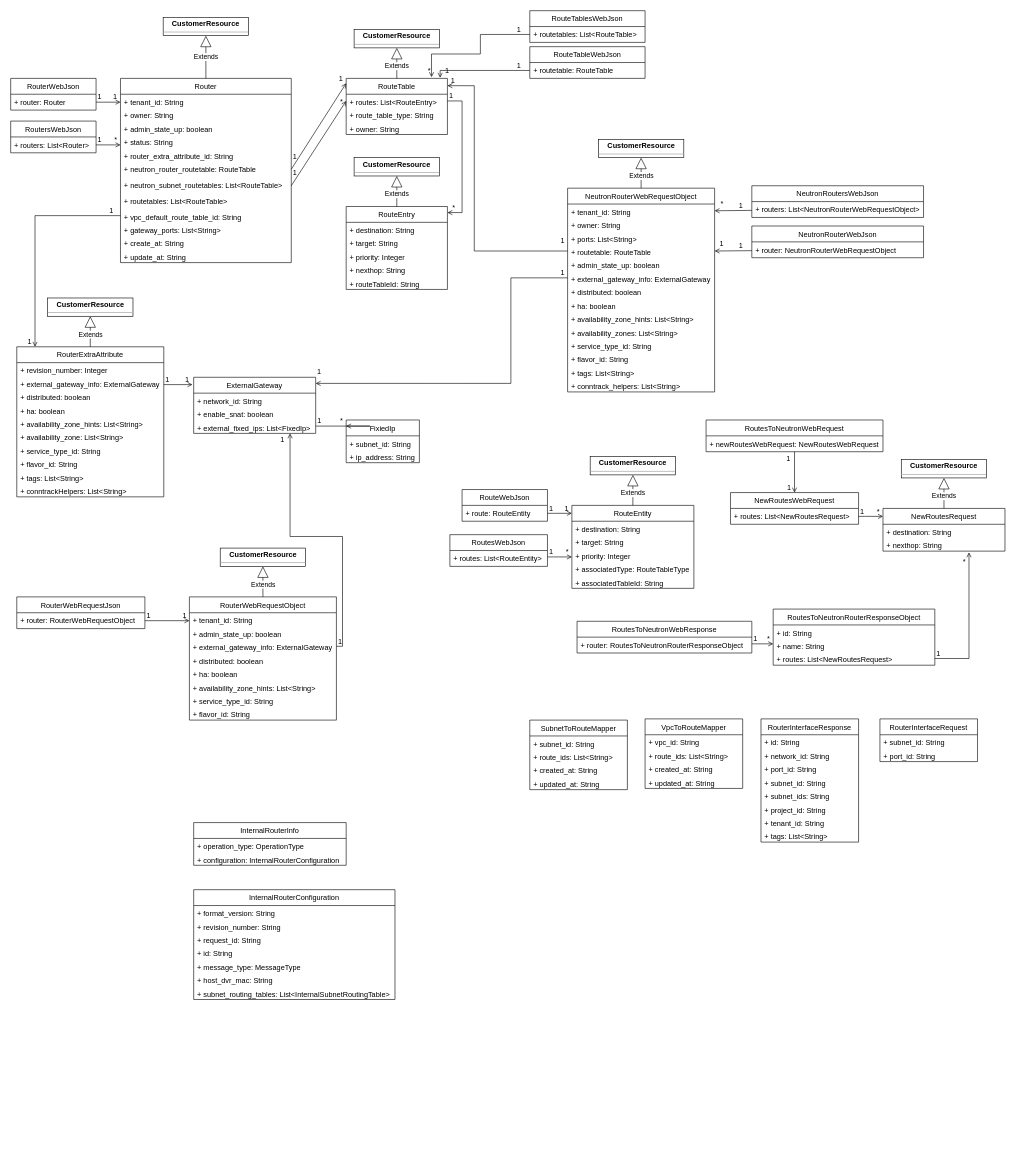
Above: route.drawio in cj-chung/diagrams (draw.io), before the change. Source tidied: cells renumbered, new cells numbered last; positions are measured from the earlier drawing's top-left corner, leaving out a move shared by most shapes. Both pictures are drawn from the tidied source at 61%, with x=0, y=0 at pixel (10, 10).
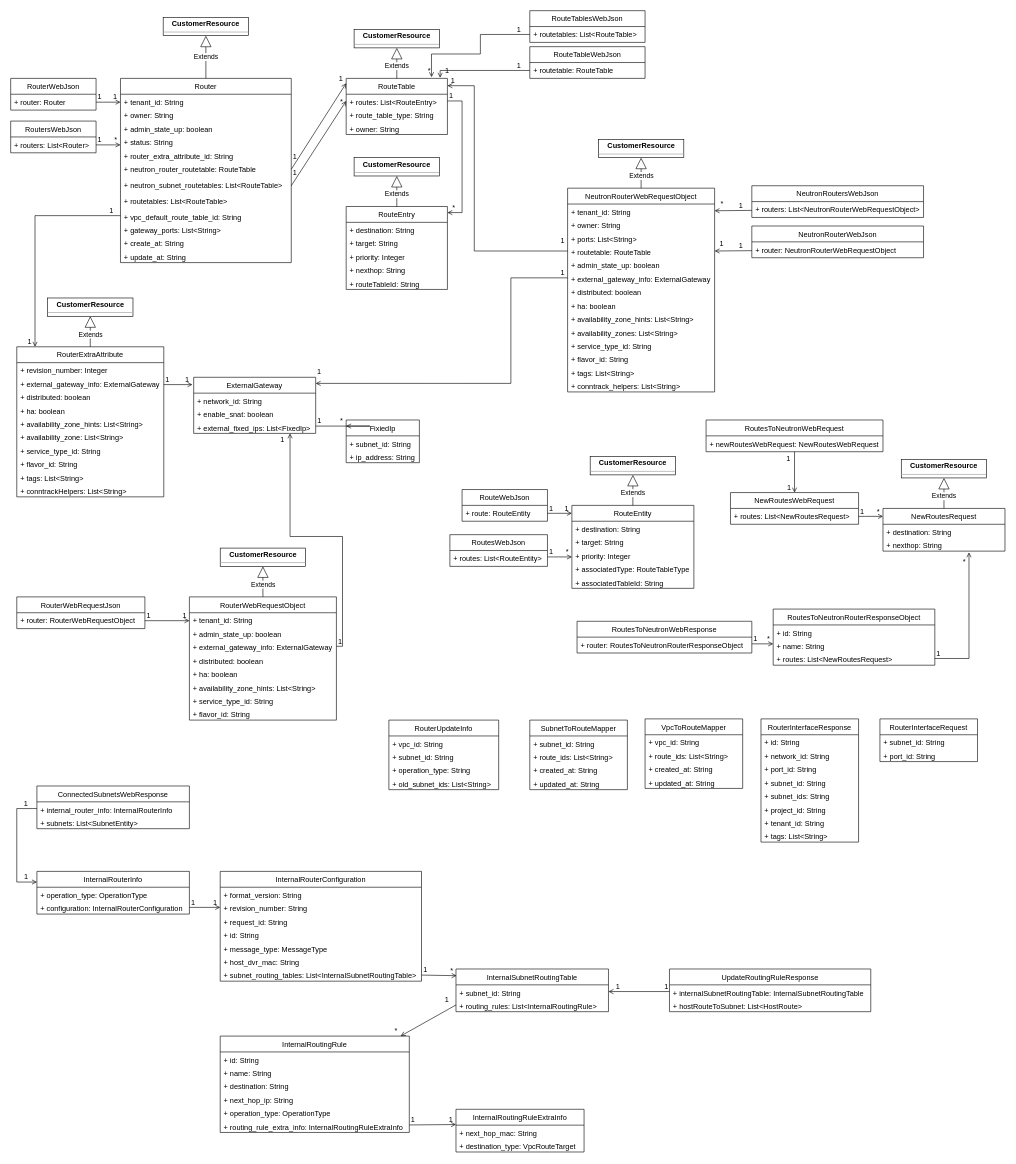
The same page after the edit.

Unchanged cells that the change refers to:
```xml
<mxCell id="210" value="+ configuration: InternalRouterConfiguration" style="text;strokeColor=none;fillColor=none;align=left;verticalAlign=top;spacingLeft=4;spacingRight=4;overflow=hidden;points=[[0,0.5],[1,0.5]];portConstraint=eastwest;" parent="208" vertex="1">
  <mxGeometry y="48" width="250" height="22" as="geometry" />
</mxCell>
<mxCell id="213" value="+ revision_number: String" style="text;strokeColor=none;fillColor=none;align=left;verticalAlign=top;spacingLeft=4;spacingRight=4;overflow=hidden;points=[[0,0.5],[1,0.5]];portConstraint=eastwest;" parent="211" vertex="1">
  <mxGeometry y="48" width="330" height="22" as="geometry" />
</mxCell>
```

The edit, as a diff of the source:
```diff
@@
     <mxCell id="208" value="InternalRouterInfo" style="swimlane;fontStyle=0;horizontal=1;startSize=26;fillColor=none;" parent="1" vertex="1">
-      <mxGeometry x="300" y="1331" width="250" height="70" as="geometry" />
+      <mxGeometry x="43" y="1411" width="250" height="70" as="geometry" />
     </mxCell>
@@
     <mxCell id="211" value="InternalRouterConfiguration" style="swimlane;fontStyle=0;horizontal=1;startSize=26;fillColor=none;" parent="1" vertex="1">
-      <mxGeometry x="300" y="1441" width="330" height="180" as="geometry" />
+      <mxGeometry x="343.5" y="1411" width="330" height="180" as="geometry" />
     </mxCell>
@@
+    <mxCell id="219" value="InternalSubnetRoutingTable" style="swimlane;fontStyle=0;horizontal=1;startSize=26;fillColor=none;" parent="1" vertex="1">
+      <mxGeometry x="730" y="1571" width="250" height="70" as="geometry" />
+    </mxCell>
+    <mxCell id="220" value="+ subnet_id: String&#10;" style="text;strokeColor=none;fillColor=none;align=left;verticalAlign=top;spacingLeft=4;spacingRight=4;overflow=hidden;points=[[0,0.5],[1,0.5]];portConstraint=eastwest;" parent="219" vertex="1">
+      <mxGeometry y="26" width="250" height="22" as="geometry" />
+    </mxCell>
+    <mxCell id="221" value="+ routing_rules: List&lt;InternalRoutingRule&gt;" style="text;strokeColor=none;fillColor=none;align=left;verticalAlign=top;spacingLeft=4;spacingRight=4;overflow=hidden;points=[[0,0.5],[1,0.5]];portConstraint=eastwest;" parent="219" vertex="1">
+      <mxGeometry y="48" width="250" height="22" as="geometry" />
+    </mxCell>
+    <mxCell id="222" value="InternalRoutingRule" style="swimlane;fontStyle=0;horizontal=1;startSize=26;fillColor=none;" parent="1" vertex="1">
+      <mxGeometry x="343.5" y="1681" width="310" height="158" as="geometry" />
+    </mxCell>
+    <mxCell id="223" value="+ id: String&#10;" style="text;strokeColor=none;fillColor=none;align=left;verticalAlign=top;spacingLeft=4;spacingRight=4;overflow=hidden;" parent="222" vertex="1">
+      <mxGeometry y="26" width="310" height="22" as="geometry" />
+    </mxCell>
+    <mxCell id="224" value="+ name: String&#10;" style="text;strokeColor=none;fillColor=none;align=left;verticalAlign=top;spacingLeft=4;spacingRight=4;overflow=hidden;" parent="222" vertex="1">
+      <mxGeometry y="48" width="310" height="22" as="geometry" />
+    </mxCell>
+    <mxCell id="225" value="+ destination: String&#10;" style="text;strokeColor=none;fillColor=none;align=left;verticalAlign=top;spacingLeft=4;spacingRight=4;overflow=hidden;" parent="222" vertex="1">
+      <mxGeometry y="70" width="310" height="22" as="geometry" />
+    </mxCell>
+    <mxCell id="226" value="+ next_hop_ip: String&#10;" style="text;strokeColor=none;fillColor=none;align=left;verticalAlign=top;spacingLeft=4;spacingRight=4;overflow=hidden;" parent="222" vertex="1">
+      <mxGeometry y="92" width="310" height="22" as="geometry" />
+    </mxCell>
+    <mxCell id="227" value="+ operation_type: OperationType&#10;" style="text;strokeColor=none;fillColor=none;align=left;verticalAlign=top;spacingLeft=4;spacingRight=4;overflow=hidden;" parent="222" vertex="1">
+      <mxGeometry y="114" width="310" height="22" as="geometry" />
+    </mxCell>
+    <mxCell id="228" value="+ routing_rule_extra_info: InternalRoutingRuleExtraInfo" style="text;strokeColor=none;fillColor=none;align=left;verticalAlign=top;spacingLeft=4;spacingRight=4;overflow=hidden;points=[[0,0.5],[1,0.5]];portConstraint=eastwest;" parent="222" vertex="1">
+      <mxGeometry y="136" width="310" height="22" as="geometry" />
+    </mxCell>
+    <mxCell id="229" value="InternalRoutingRuleExtraInfo" style="swimlane;fontStyle=0;horizontal=1;startSize=26;fillColor=none;" parent="1" vertex="1">
+      <mxGeometry x="730" y="1801" width="210" height="70" as="geometry" />
+    </mxCell>
+    <mxCell id="230" value="+ next_hop_mac: String&#10;" style="text;strokeColor=none;fillColor=none;align=left;verticalAlign=top;spacingLeft=4;spacingRight=4;overflow=hidden;" parent="229" vertex="1">
+      <mxGeometry y="26" width="210" height="22" as="geometry" />
+    </mxCell>
+    <mxCell id="231" value="+ destination_type: VpcRouteTarget" style="text;strokeColor=none;fillColor=none;align=left;verticalAlign=top;spacingLeft=4;spacingRight=4;overflow=hidden;" parent="229" vertex="1">
+      <mxGeometry y="48" width="210" height="22" as="geometry" />
+    </mxCell>
+    <mxCell id="232" value="UpdateRoutingRuleResponse" style="swimlane;fontStyle=0;horizontal=1;startSize=26;fillColor=none;" parent="1" vertex="1">
+      <mxGeometry x="1080" y="1571" width="330" height="70" as="geometry" />
+    </mxCell>
+    <mxCell id="233" value="+ internalSubnetRoutingTable: InternalSubnetRoutingTable&#10;" style="text;strokeColor=none;fillColor=none;align=left;verticalAlign=top;spacingLeft=4;spacingRight=4;overflow=hidden;points=[[0,0.5],[1,0.5]];portConstraint=eastwest;" parent="232" vertex="1">
+      <mxGeometry y="26" width="330" height="22" as="geometry" />
+    </mxCell>
+    <mxCell id="234" value="+ hostRouteToSubnet: List&lt;HostRoute&gt;" style="text;strokeColor=none;fillColor=none;align=left;verticalAlign=top;spacingLeft=4;spacingRight=4;overflow=hidden;" parent="232" vertex="1">
+      <mxGeometry y="48" width="330" height="22" as="geometry" />
+    </mxCell>
+    <mxCell id="235" value="ConnectedSubnetsWebResponse" style="swimlane;fontStyle=0;horizontal=1;startSize=26;fillColor=none;" parent="1" vertex="1">
+      <mxGeometry x="43" y="1271" width="250" height="70" as="geometry" />
+    </mxCell>
+    <mxCell id="236" value="+ internal_router_info: InternalRouterInfo&#10;" style="text;strokeColor=none;fillColor=none;align=left;verticalAlign=top;spacingLeft=4;spacingRight=4;overflow=hidden;points=[[0,0.5],[1,0.5]];portConstraint=eastwest;" parent="235" vertex="1">
+      <mxGeometry y="26" width="250" height="22" as="geometry" />
+    </mxCell>
+    <mxCell id="237" value="+ subnets: List&lt;SubnetEntity&gt;" style="text;strokeColor=none;fillColor=none;align=left;verticalAlign=top;spacingLeft=4;spacingRight=4;overflow=hidden;" parent="235" vertex="1">
+      <mxGeometry y="48" width="250" height="22" as="geometry" />
+    </mxCell>
+    <mxCell id="238" style="endArrow=open;shadow=0;strokeWidth=1;rounded=0;endFill=1;elbow=vertical;entryX=0;entryY=0.5;entryDx=0;entryDy=0;" parent="1" edge="1" source="210" target="213">
+      <mxGeometry x="0.5" y="41" relative="1" as="geometry">
+        <mxPoint x="-40" y="32" as="offset" />
+      </mxGeometry>
+    </mxCell>
+    <mxCell id="239" value="1" style="align=left;verticalAlign=bottom;labelBackgroundColor=none;fontSize=12;" parent="238" vertex="1">
+      <mxGeometry x="-1" relative="1" as="geometry">
+        <mxPoint x="1" as="offset" />
+      </mxGeometry>
+    </mxCell>
+    <mxCell id="240" value="1" style="align=right;verticalAlign=bottom;labelBackgroundColor=none;fontSize=12;" parent="238" vertex="1">
+      <mxGeometry x="1" relative="1" as="geometry">
+        <mxPoint x="-4" as="offset" />
+      </mxGeometry>
+    </mxCell>
+    <mxCell id="241" style="endArrow=open;shadow=0;strokeWidth=1;rounded=0;endFill=1;elbow=vertical;edgeStyle=orthogonalEdgeStyle;exitX=0;exitY=0.5;exitDx=0;exitDy=0;entryX=0;entryY=0.25;entryDx=0;entryDy=0;" parent="1" edge="1" source="236" target="208">
+      <mxGeometry x="0.5" y="41" relative="1" as="geometry">
+        <Array as="points">
+          <mxPoint x="10" y="1308" />
+          <mxPoint x="10" y="1429" />
+        </Array>
+        <mxPoint x="-40" y="32" as="offset" />
+      </mxGeometry>
+    </mxCell>
+    <mxCell id="242" value="1" style="align=left;verticalAlign=bottom;labelBackgroundColor=none;fontSize=12;" parent="241" vertex="1">
+      <mxGeometry x="-1" relative="1" as="geometry">
+        <mxPoint x="-23" as="offset" />
+      </mxGeometry>
+    </mxCell>
+    <mxCell id="243" value="1" style="align=right;verticalAlign=bottom;labelBackgroundColor=none;fontSize=12;" parent="241" vertex="1">
+      <mxGeometry x="1" relative="1" as="geometry">
+        <mxPoint x="-13.5" as="offset" />
+      </mxGeometry>
+    </mxCell>
+    <mxCell id="244" style="endArrow=open;shadow=0;strokeWidth=1;rounded=0;endFill=1;elbow=vertical;entryX=0.004;entryY=0.157;entryDx=0;entryDy=0;entryPerimeter=0;" parent="1" edge="1" target="219">
+      <mxGeometry x="0.5" y="41" relative="1" as="geometry">
+        <mxPoint x="674" y="1581" as="sourcePoint" />
+        <mxPoint x="-40" y="32" as="offset" />
+      </mxGeometry>
+    </mxCell>
+    <mxCell id="245" value="1" style="align=left;verticalAlign=bottom;labelBackgroundColor=none;fontSize=12;" parent="244" vertex="1">
+      <mxGeometry x="-1" relative="1" as="geometry">
+        <mxPoint x="1" as="offset" />
+      </mxGeometry>
+    </mxCell>
+    <mxCell id="246" value="*" style="align=right;verticalAlign=bottom;labelBackgroundColor=none;fontSize=12;" parent="244" vertex="1">
+      <mxGeometry x="1" relative="1" as="geometry">
+        <mxPoint x="-4" as="offset" />
+      </mxGeometry>
+    </mxCell>
+    <mxCell id="247" style="endArrow=open;shadow=0;strokeWidth=1;rounded=0;endFill=1;elbow=vertical;exitX=0;exitY=0.5;exitDx=0;exitDy=0;" parent="1" edge="1" source="221" target="222">
+      <mxGeometry x="0.5" y="41" relative="1" as="geometry">
+        <mxPoint x="-40" y="32" as="offset" />
+      </mxGeometry>
+    </mxCell>
+    <mxCell id="248" value="1" style="align=left;verticalAlign=bottom;labelBackgroundColor=none;fontSize=12;" parent="247" vertex="1">
+      <mxGeometry x="-1" relative="1" as="geometry">
+        <mxPoint x="-20" as="offset" />
+      </mxGeometry>
+    </mxCell>
+    <mxCell id="249" value="*" style="align=right;verticalAlign=bottom;labelBackgroundColor=none;fontSize=12;" parent="247" vertex="1">
+      <mxGeometry x="1" relative="1" as="geometry">
+        <mxPoint x="-4" as="offset" />
+      </mxGeometry>
+    </mxCell>
+    <mxCell id="250" style="endArrow=open;shadow=0;strokeWidth=1;rounded=0;endFill=1;elbow=vertical;" parent="1" edge="1" source="228">
+      <mxGeometry x="0.5" y="41" relative="1" as="geometry">
+        <mxPoint x="730" y="1826" as="targetPoint" />
+        <mxPoint x="-40" y="32" as="offset" />
+      </mxGeometry>
+    </mxCell>
+    <mxCell id="251" value="1" style="align=left;verticalAlign=bottom;labelBackgroundColor=none;fontSize=12;" parent="250" vertex="1">
+      <mxGeometry x="-1" relative="1" as="geometry">
+        <mxPoint x="1" as="offset" />
+      </mxGeometry>
+    </mxCell>
+    <mxCell id="252" value="1" style="align=right;verticalAlign=bottom;labelBackgroundColor=none;fontSize=12;" parent="250" vertex="1">
+      <mxGeometry x="1" relative="1" as="geometry">
+        <mxPoint x="-4" as="offset" />
+      </mxGeometry>
+    </mxCell>
+    <mxCell id="253" style="endArrow=open;shadow=0;strokeWidth=1;rounded=0;endFill=1;elbow=vertical;entryX=1;entryY=0.5;entryDx=0;entryDy=0;exitX=0;exitY=0.5;exitDx=0;exitDy=0;" parent="1" edge="1" source="233" target="220">
+      <mxGeometry x="0.5" y="41" relative="1" as="geometry">
+        <mxPoint x="-40" y="32" as="offset" />
+      </mxGeometry>
+    </mxCell>
+    <mxCell id="254" value="1" style="align=left;verticalAlign=bottom;labelBackgroundColor=none;fontSize=12;" parent="253" vertex="1">
+      <mxGeometry x="-1" relative="1" as="geometry">
+        <mxPoint x="-10" as="offset" />
+      </mxGeometry>
+    </mxCell>
+    <mxCell id="255" value="1" style="align=right;verticalAlign=bottom;labelBackgroundColor=none;fontSize=12;" parent="253" vertex="1">
+      <mxGeometry x="1" relative="1" as="geometry">
+        <mxPoint x="20" as="offset" />
+      </mxGeometry>
+    </mxCell>
+    <mxCell id="256" value="RouterUpdateInfo" style="swimlane;fontStyle=0;horizontal=1;startSize=26;fillColor=none;" parent="1" vertex="1">
+      <mxGeometry x="620" y="1163" width="180" height="114" as="geometry" />
+    </mxCell>
+    <mxCell id="257" value="+ vpc_id: String&#10;" style="text;strokeColor=none;fillColor=none;align=left;verticalAlign=top;spacingLeft=4;spacingRight=4;overflow=hidden;" parent="256" vertex="1">
+      <mxGeometry y="26" width="180" height="22" as="geometry" />
+    </mxCell>
+    <mxCell id="258" value="+ subnet_id: String&#10;" style="text;strokeColor=none;fillColor=none;align=left;verticalAlign=top;spacingLeft=4;spacingRight=4;overflow=hidden;" parent="256" vertex="1">
+      <mxGeometry y="48" width="180" height="22" as="geometry" />
+    </mxCell>
+    <mxCell id="259" value="+ operation_type: String&#10;" style="text;strokeColor=none;fillColor=none;align=left;verticalAlign=top;spacingLeft=4;spacingRight=4;overflow=hidden;" parent="256" vertex="1">
+      <mxGeometry y="70" width="180" height="22" as="geometry" />
+    </mxCell>
+    <mxCell id="260" value="+ old_subnet_ids: List&lt;String&gt;" style="text;strokeColor=none;fillColor=none;align=left;verticalAlign=top;spacingLeft=4;spacingRight=4;overflow=hidden;" parent="256" vertex="1">
+      <mxGeometry y="92" width="180" height="22" as="geometry" />
+    </mxCell>
```
